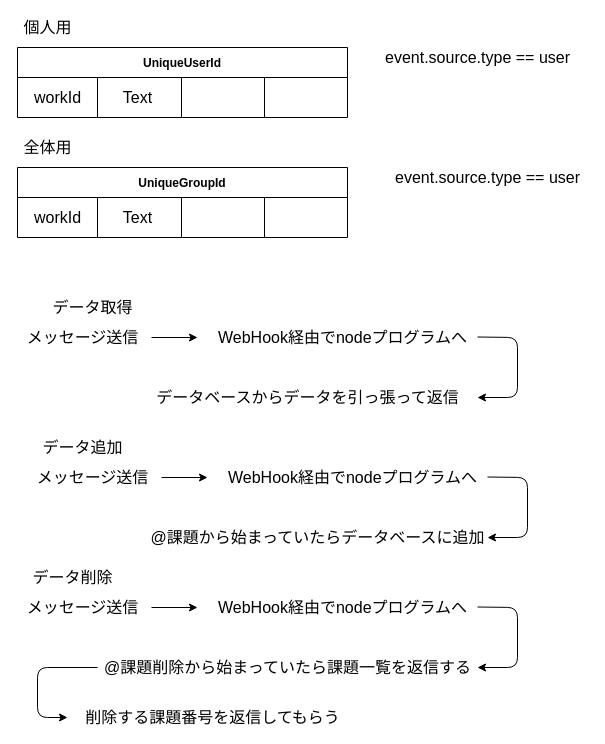
SEKI-YUTA/Line_Homework_Management keeps this draw.io diagram as note.drawio. Above is the earlier version. Source tidied: cells renumbered, new cells numbered last; positions are measured from the earlier drawing's top-left corner, leaving out a move shared by most shapes. Both pictures are drawn from the tidied source at 100%, with x=0, y=0 at pixel (17, 17).
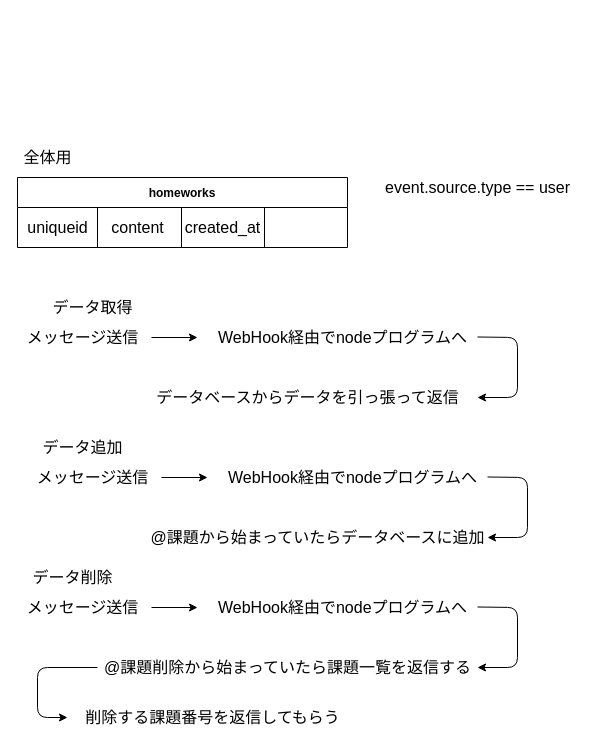
After the change.

Commit message:
edit: edit note.drawio database note

Diff of the diagram source:
```diff
@@
     <mxCell id="2" style="group;" parent="1" vertex="1">
-      <mxGeometry y="30" width="330" height="70" as="geometry" />
+      <mxGeometry y="160" width="330" height="70" as="geometry" />
     </mxCell>
-    <mxCell id="3" value="UniqueUserId" style="shape=table;startSize=30;childLayout=tableLayout;fontStyle=1;align=center;" parent="2" vertex="1">
+    <mxCell id="3" value="homeworks" style="shape=table;startSize=30;childLayout=tableLayout;fontStyle=1;align=center;" parent="2" vertex="1">
       <mxGeometry width="330" height="70" as="geometry" />
     </mxCell>
@@
-    <mxCell id="9" value="&lt;span style=&quot;font-size: 16px&quot;&gt;workId&lt;/span&gt;" style="text;html=1;align=center;verticalAlign=middle;fillColor=none;strokeColor=none;rounded=0;" parent="2" vertex="1">
-      <mxGeometry x="10" y="40" width="60" height="20" as="geometry" />
+    <mxCell id="9" value="&lt;span style=&quot;font-size: 16px&quot;&gt;uniqueid&lt;/span&gt;" style="text;html=1;align=center;verticalAlign=middle;fillColor=none;strokeColor=none;rounded=0;" parent="2" vertex="1">
+      <mxGeometry y="40" width="80" height="20" as="geometry" />
     </mxCell>
-    <mxCell id="10" value="&lt;span style=&quot;font-size: 16px&quot;&gt;Text&lt;/span&gt;" style="text;html=1;align=center;verticalAlign=middle;fillColor=none;strokeColor=none;rounded=0;" parent="2" vertex="1">
-      <mxGeometry x="100" y="40" width="40" height="20" as="geometry" />
+    <mxCell id="10" value="&lt;span style=&quot;font-size: 16px&quot;&gt;content&lt;/span&gt;" style="text;html=1;align=center;verticalAlign=middle;fillColor=none;strokeColor=none;rounded=0;" parent="2" vertex="1">
+      <mxGeometry x="85" y="40" width="70" height="20" as="geometry" />
     </mxCell>
+    <mxCell id="43" value="&lt;span style=&quot;font-size: 16px&quot;&gt;created_at&lt;/span&gt;" style="text;html=1;align=center;verticalAlign=middle;fillColor=none;strokeColor=none;rounded=0;" parent="2" vertex="1">
+      <mxGeometry x="160" y="40" width="90" height="20" as="geometry" />
+    </mxCell>
-    <mxCell id="11" value="個人用" style="text;html=1;align=center;verticalAlign=middle;fillColor=none;strokeColor=none;rounded=0;fontSize=16;" parent="1" vertex="1">
-      <mxGeometry width="60" height="20" as="geometry" />
+    <mxCell id="11" value="全体用" style="text;html=1;align=center;verticalAlign=middle;fillColor=none;strokeColor=none;rounded=0;fontSize=16;" parent="1" vertex="1">
+      <mxGeometry y="130" width="60" height="20" as="geometry" />
     </mxCell>
-    <mxCell id="12" style="group;" parent="1" vertex="1">
-      <mxGeometry y="150" width="330" height="70" as="geometry" />
-    </mxCell>
-    <mxCell id="13" value="UniqueGroupId" style="shape=table;startSize=30;childLayout=tableLayout;fontStyle=1;align=center;" parent="12" vertex="1">
-      <mxGeometry width="330" height="70" as="geometry" />
-    </mxCell>
-    <mxCell id="14" style="shape=partialRectangle;html=1;whiteSpace=wrap;fillColor=none;top=0;left=0;bottom=0;right=0;" parent="13" vertex="1">
-      <mxGeometry y="30" width="330" height="40" as="geometry" />
-    </mxCell>
-    <mxCell id="15" style="shape=partialRectangle;html=1;whiteSpace=wrap;fillColor=none;top=0;left=0;bottom=0;right=0;overflow=hidden;" parent="14" vertex="1">
-      <mxGeometry width="80" height="40" as="geometry" />
-    </mxCell>
-    <mxCell id="16" style="shape=partialRectangle;html=1;whiteSpace=wrap;fillColor=none;top=0;left=0;bottom=0;right=0;overflow=hidden;" parent="14" vertex="1">
-      <mxGeometry x="80" width="84" height="40" as="geometry" />
-    </mxCell>
-    <mxCell id="17" style="shape=partialRectangle;html=1;whiteSpace=wrap;fillColor=none;top=0;left=0;bottom=0;right=0;overflow=hidden;" parent="14" vertex="1">
-      <mxGeometry x="164" width="83" height="40" as="geometry" />
-    </mxCell>
-    <mxCell id="18" style="shape=partialRectangle;html=1;whiteSpace=wrap;fillColor=none;top=0;left=0;bottom=0;right=0;overflow=hidden;" parent="14" vertex="1">
-      <mxGeometry x="247" width="83" height="40" as="geometry" />
-    </mxCell>
-    <mxCell id="19" value="&lt;span style=&quot;font-size: 16px&quot;&gt;workId&lt;/span&gt;" style="text;html=1;align=center;verticalAlign=middle;fillColor=none;strokeColor=none;rounded=0;" parent="12" vertex="1">
-      <mxGeometry x="10" y="40" width="60" height="20" as="geometry" />
-    </mxCell>
-    <mxCell id="20" value="&lt;span style=&quot;font-size: 16px&quot;&gt;Text&lt;/span&gt;" style="text;html=1;align=center;verticalAlign=middle;fillColor=none;strokeColor=none;rounded=0;" parent="12" vertex="1">
-      <mxGeometry x="100" y="40" width="40" height="20" as="geometry" />
-    </mxCell>
-    <mxCell id="21" value="全体用" style="text;html=1;align=center;verticalAlign=middle;fillColor=none;strokeColor=none;rounded=0;fontSize=16;" parent="1" vertex="1">
-      <mxGeometry y="120" width="60" height="20" as="geometry" />
-    </mxCell>
@@
     <mxCell id="42" value="event.source.type == user" style="text;html=1;align=center;verticalAlign=middle;fillColor=none;strokeColor=none;rounded=0;fontSize=16;" parent="1" vertex="1">
-      <mxGeometry x="360" y="30" width="200" height="20" as="geometry" />
+      <mxGeometry x="360" y="160" width="200" height="20" as="geometry" />
     </mxCell>
-    <mxCell id="43" value="event.source.type == user" style="text;html=1;align=center;verticalAlign=middle;fillColor=none;strokeColor=none;rounded=0;fontSize=16;" parent="1" vertex="1">
-      <mxGeometry x="370" y="150" width="200" height="20" as="geometry" />
-    </mxCell>
```
